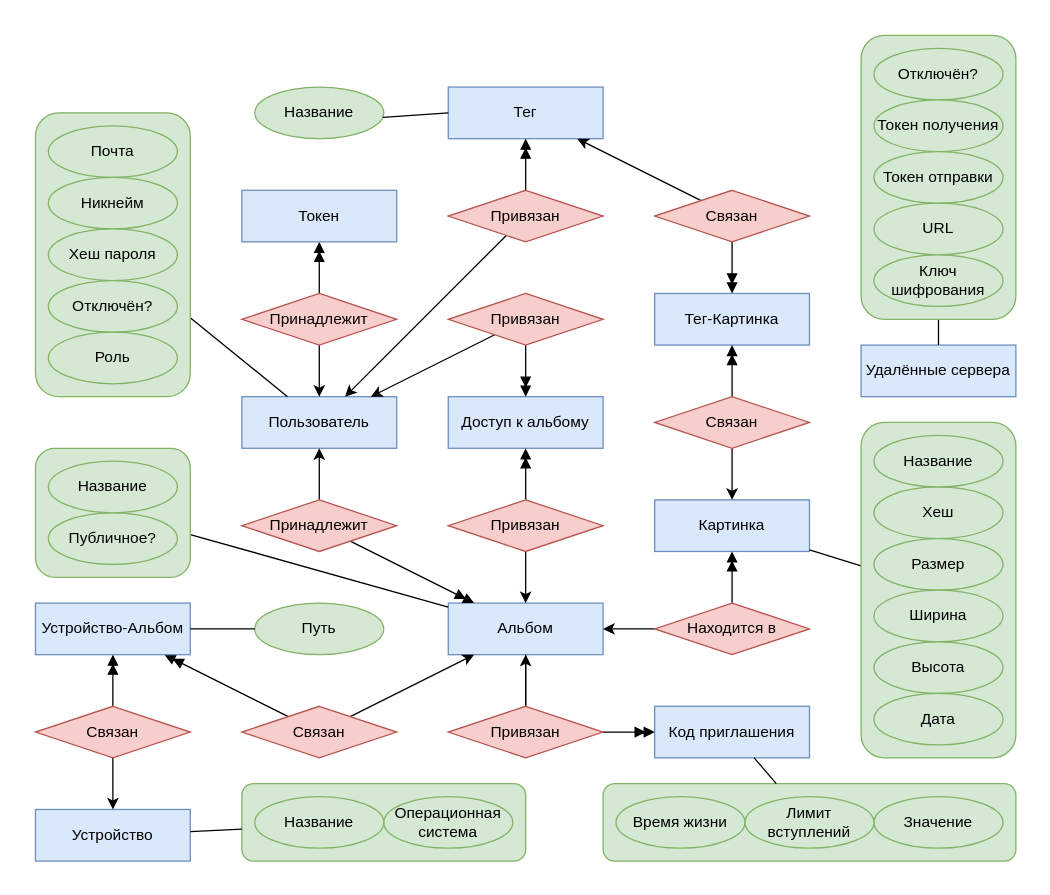
This is page "Концепт" (1 of 4) of docs/Модели БД.drawio from Kopchan/wepicsync, a draw.io file, before an edit. Source tidied: cells renumbered, new cells numbered last; positions are measured from the earlier drawing's top-left corner, leaving out a move shared by most shapes. Both pictures are drawn from the tidied source at 129%, with x=0, y=0 at pixel (35, 35).
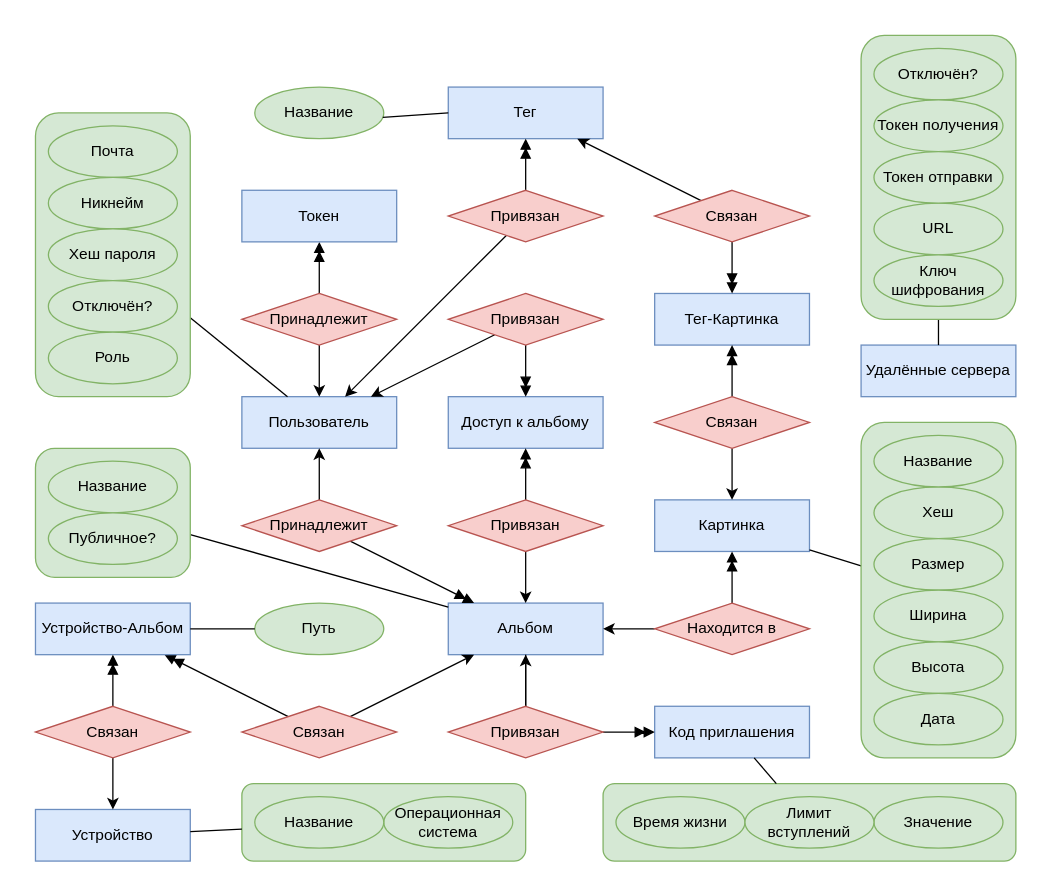
After the change.

What changed in the source:
```diff
@@
+    <mxCell id="93" style="rounded=0;whiteSpace=wrap;html=1;fillColor=none;strokeColor=none;" parent="1" vertex="1">
+      <mxGeometry x="-10" y="-10" width="780" height="660" as="geometry" />
+    </mxCell>
```
